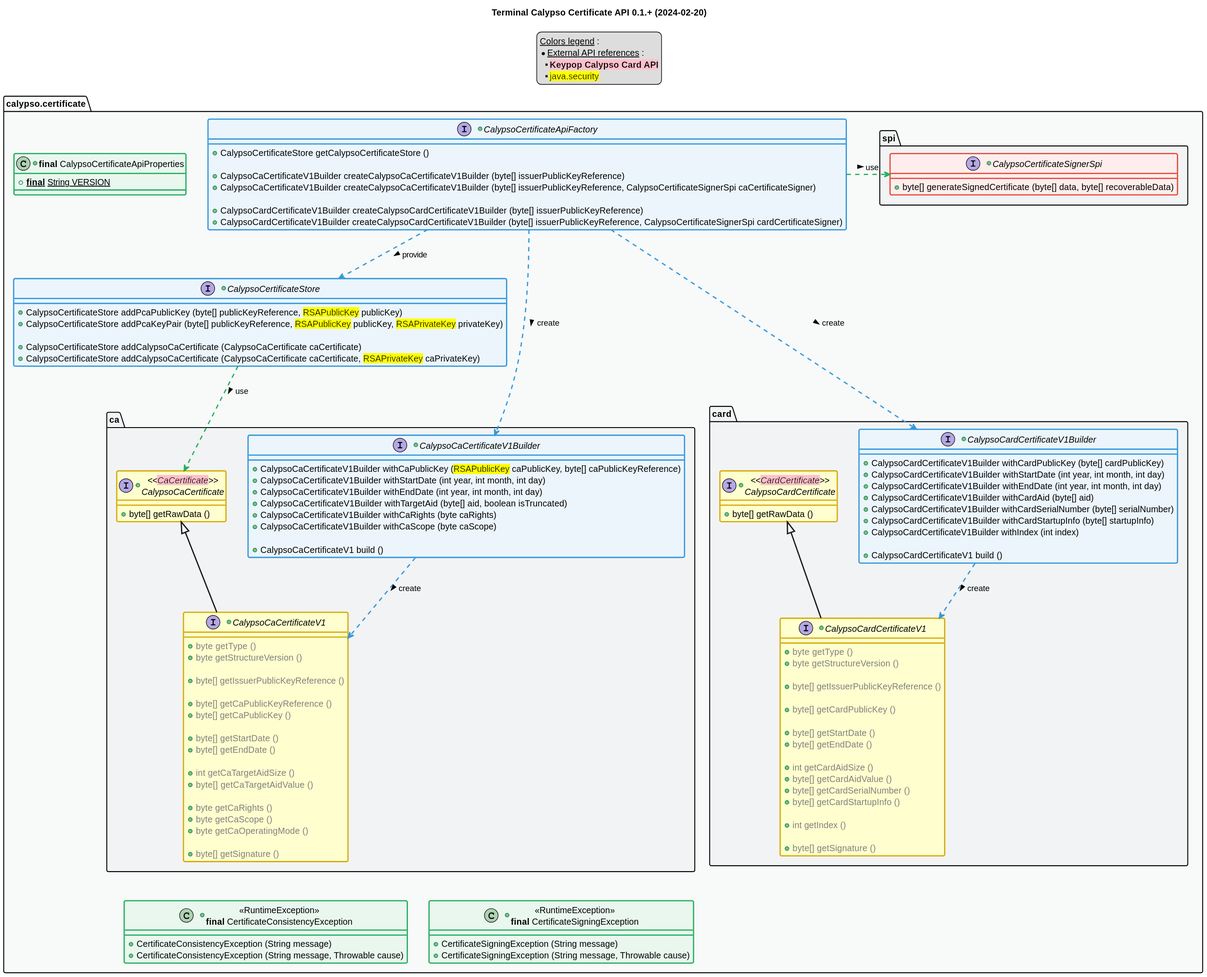
Earlier version of the PlantUML export 0.1.0-SNAPSHOT/api_class_diagram.svg (calypsonet/calypsonet-terminal-calypso-certificate-uml-api).
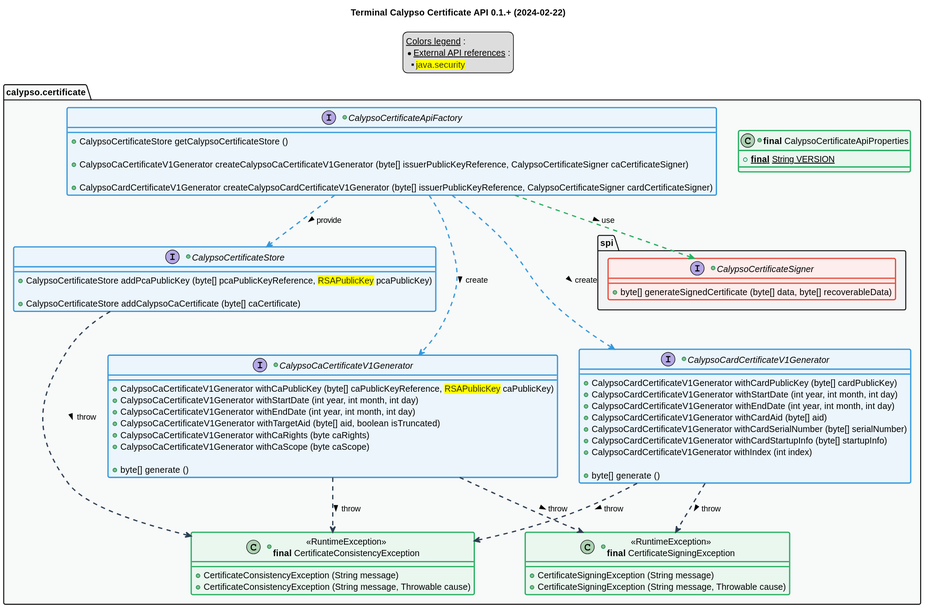
After the commit.

The edit, as a diff of the source:
```diff
@@ -1,6 +1,6 @@
 @startuml
 title
-    Terminal Calypso Certificate API 0.1.+ (2024-02-20)
+    Terminal Calypso Certificate API 0.1.+ (2024-02-22)
 end title
 
 
@@ -44,7 +44,6 @@
 legend top
     __Colors legend__ :
     * __External API references__ :
-    ** <back:pink>**Keypop Calypso Card API**</back>
     ** <back:yellow>java.security</back>
 end legend
 
@@ -55,95 +54,40 @@
     +interface CalypsoCertificateApiFactory <<blue>> {
         +CalypsoCertificateStore getCalypsoCertificateStore ()
 
-        +CalypsoCaCertificateV1Builder createCalypsoCaCertificateV1Builder (byte[] issuerPublicKeyReference)
-        +CalypsoCaCertificateV1Builder createCalypsoCaCertificateV1Builder (byte[] issuerPublicKeyReference, CalypsoCertificateSignerSpi caCertificateSigner)
+        +CalypsoCaCertificateV1Generator createCalypsoCaCertificateV1Generator (byte[] issuerPublicKeyReference, CalypsoCertificateSigner caCertificateSigner)
 
-        +CalypsoCardCertificateV1Builder  createCalypsoCardCertificateV1Builder (byte[] issuerPublicKeyReference)
-        +CalypsoCardCertificateV1Builder  createCalypsoCardCertificateV1Builder (byte[] issuerPublicKeyReference, CalypsoCertificateSignerSpi cardCertificateSigner)
+        +CalypsoCardCertificateV1Generator createCalypsoCardCertificateV1Generator (byte[] issuerPublicKeyReference, CalypsoCertificateSigner cardCertificateSigner)
     }
     +interface CalypsoCertificateStore <<blue>> {
-        +CalypsoCertificateStore addPcaPublicKey (byte[] publicKeyReference, <back:yellow>RSAPublicKey</back> publicKey)
-        +CalypsoCertificateStore addPcaKeyPair (byte[] publicKeyReference, <back:yellow>RSAPublicKey</back> publicKey, <back:yellow>RSAPrivateKey</back> privateKey)
+        +CalypsoCertificateStore addPcaPublicKey (byte[] pcaPublicKeyReference, <back:yellow>RSAPublicKey</back> pcaPublicKey)
 
-        +CalypsoCertificateStore addCalypsoCaCertificate (CalypsoCaCertificate caCertificate)
-        +CalypsoCertificateStore addCalypsoCaCertificate (CalypsoCaCertificate caCertificate, <back:yellow>RSAPrivateKey</back> caPrivateKey)
+        +CalypsoCertificateStore addCalypsoCaCertificate (byte[] caCertificate)
     }
     package "spi" as spi {
-        +interface CalypsoCertificateSignerSpi <<red>> {
+        +interface CalypsoCertificateSigner <<red>> {
             +byte[] generateSignedCertificate (byte[] data, byte[] recoverableData)
         }
     }
-    package "ca" as ca {
-        +interface CalypsoCaCertificateV1Builder <<blue>> {
-            +CalypsoCaCertificateV1Builder withCaPublicKey (<back:yellow>RSAPublicKey</back> caPublicKey, byte[] caPublicKeyReference)
-            +CalypsoCaCertificateV1Builder withStartDate (int year, int month, int day)
-            +CalypsoCaCertificateV1Builder withEndDate (int year, int month, int day)
-            +CalypsoCaCertificateV1Builder withTargetAid (byte[] aid, boolean isTruncated)
-            +CalypsoCaCertificateV1Builder withCaRights (byte caRights)
-            +CalypsoCaCertificateV1Builder withCaScope (byte caScope)
+    +interface CalypsoCaCertificateV1Generator <<blue>> {
+        +CalypsoCaCertificateV1Generator withCaPublicKey (byte[] caPublicKeyReference, <back:yellow>RSAPublicKey</back> caPublicKey)
+        +CalypsoCaCertificateV1Generator withStartDate (int year, int month, int day)
+        +CalypsoCaCertificateV1Generator withEndDate (int year, int month, int day)
+        +CalypsoCaCertificateV1Generator withTargetAid (byte[] aid, boolean isTruncated)
+        +CalypsoCaCertificateV1Generator withCaRights (byte caRights)
+        +CalypsoCaCertificateV1Generator withCaScope (byte caScope)
 
-            +CalypsoCaCertificateV1 build ()
-        }
-        +interface "<<<back:pink>CaCertificate</back>>>\nCalypsoCaCertificate" as CalypsoCaCertificate {
-            +byte[] getRawData ()
-        }
-        +interface "CalypsoCaCertificateV1" as CalypsoCaCertificateV1 extends CalypsoCaCertificate {
-            +<color:grey>byte getType ()
-            +<color:grey>byte getStructureVersion ()
+        +byte[] generate ()
+    }
+    +interface CalypsoCardCertificateV1Generator <<blue>> {
+        +CalypsoCardCertificateV1Generator withCardPublicKey (byte[] cardPublicKey)
+        +CalypsoCardCertificateV1Generator withStartDate (int year, int month, int day)
+        +CalypsoCardCertificateV1Generator withEndDate (int year, int month, int day)
+        +CalypsoCardCertificateV1Generator withCardAid (byte[] aid)
+        +CalypsoCardCertificateV1Generator withCardSerialNumber (byte[] serialNumber)
+        +CalypsoCardCertificateV1Generator withCardStartupInfo (byte[] startupInfo)
+        +CalypsoCardCertificateV1Generator withIndex (int index)
 
-            +<color:grey>byte[] getIssuerPublicKeyReference ()
-
-            +<color:grey>byte[] getCaPublicKeyReference ()
-            +<color:grey>byte[] getCaPublicKey ()
-
-            +<color:grey>byte[] getStartDate ()
-            +<color:grey>byte[] getEndDate ()
-
-            +<color:grey>int getCaTargetAidSize ()
-            +<color:grey>byte[] getCaTargetAidValue ()
-
-            +<color:grey>byte getCaRights ()
-            +<color:grey>byte getCaScope ()
-            +<color:grey>byte getCaOperatingMode ()
-
-            +<color:grey>byte[] getSignature ()
-        }
-    }
-    package "card" as card {
-        +interface CalypsoCardCertificateV1Builder <<blue>> {
-            +CalypsoCardCertificateV1Builder withCardPublicKey (byte[] cardPublicKey)
-            +CalypsoCardCertificateV1Builder withStartDate (int year, int month, int day)
-            +CalypsoCardCertificateV1Builder withEndDate (int year, int month, int day)
-            +CalypsoCardCertificateV1Builder withCardAid (byte[] aid)
-            +CalypsoCardCertificateV1Builder withCardSerialNumber (byte[] serialNumber)
-            +CalypsoCardCertificateV1Builder withCardStartupInfo (byte[] startupInfo)
-            +CalypsoCardCertificateV1Builder withIndex (int index)
-
-            +CalypsoCardCertificateV1 build ()
-        }
-        +interface "<<<back:pink>CardCertificate</back>>>\nCalypsoCardCertificate" as CalypsoCardCertificate {
-            +byte[] getRawData ()
-        }
-        +interface "CalypsoCardCertificateV1" as CalypsoCardCertificateV1 extends CalypsoCardCertificate {
-            +<color:grey>byte getType ()
-            +<color:grey>byte getStructureVersion ()
-
-            +<color:grey>byte[] getIssuerPublicKeyReference ()
-
-            +<color:grey>byte[] getCardPublicKey ()
-
-            +<color:grey>byte[] getStartDate ()
-            +<color:grey>byte[] getEndDate ()
-
-            +<color:grey>int getCardAidSize ()
-            +<color:grey>byte[] getCardAidValue ()
-            +<color:grey>byte[] getCardSerialNumber ()
-            +<color:grey>byte[] getCardStartupInfo ()
-
-            +<color:grey>int getIndex ()
-
-            +<color:grey>byte[] getSignature ()
-        }
+        +byte[] generate ()
     }
     +class "<<RuntimeException>>\n**final** CertificateSigningException" as CertificateSigningException <<green>> {
         +CertificateSigningException (String message)
@@ -157,24 +101,21 @@
 
 
 CalypsoCertificateApiFactory ..> CalypsoCertificateStore #C_LINK : provide >
-CalypsoCertificateApiFactory ...> CalypsoCaCertificateV1Builder #C_LINK : create >
-CalypsoCertificateApiFactory ...> CalypsoCardCertificateV1Builder #C_LINK : create >
-CalypsoCertificateApiFactory .right.> CalypsoCertificateSignerSpi #C_USE : use >
+CalypsoCertificateApiFactory ...> CalypsoCaCertificateV1Generator #C_LINK : create >
+CalypsoCertificateApiFactory ...> CalypsoCardCertificateV1Generator #C_LINK : create >
+CalypsoCertificateApiFactory ..> CalypsoCertificateSigner #C_USE : use >
 
-CalypsoCertificateStore ..> CalypsoCaCertificate #C_USE : use >
+CalypsoCaCertificateV1Generator ..> CertificateSigningException #C_THROW : throw >
+CalypsoCaCertificateV1Generator ..> CertificateConsistencyException #C_THROW : throw >
 
-CalypsoCaCertificateV1Builder ..> CalypsoCaCertificateV1 #C_LINK : create >
+CalypsoCardCertificateV1Generator ..> CertificateSigningException #C_THROW : throw >
+CalypsoCardCertificateV1Generator ..> CertificateConsistencyException #C_THROW : throw >
 
-CalypsoCardCertificateV1Builder ..> CalypsoCardCertificateV1 #C_LINK : create >
+CalypsoCertificateStore ...> CertificateConsistencyException #C_THROW : throw >
 
 
-
-CalypsoCaCertificateV1 -[hidden]- CertificateConsistencyException
-CertificateConsistencyException -[hidden]right- CertificateSigningException
 
 
 package api #C_GREY1 {}
 package api.spi #C_GREY2 {}
-package api.ca #C_GREY2 {}
-package api.card #C_GREY2 {}
 @enduml
```
